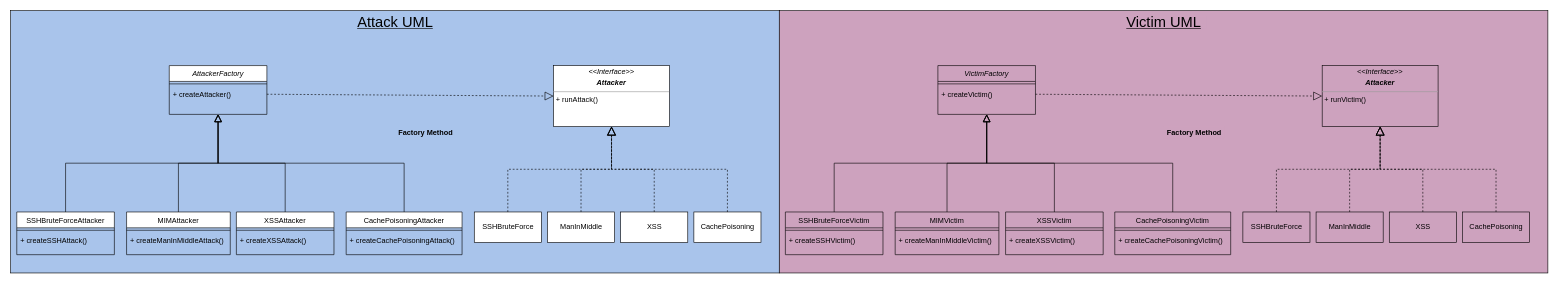
Above: Untitled Diagram.drawio in connormc1010/ZFAC025_Final_Project (draw.io), before the change. Source tidied: cells renumbered, new cells numbered last; positions are measured from the earlier drawing's top-left corner, leaving out a move shared by most shapes. Both pictures are drawn from the tidied source at 61%, with x=0, y=0 at pixel (10, 10).
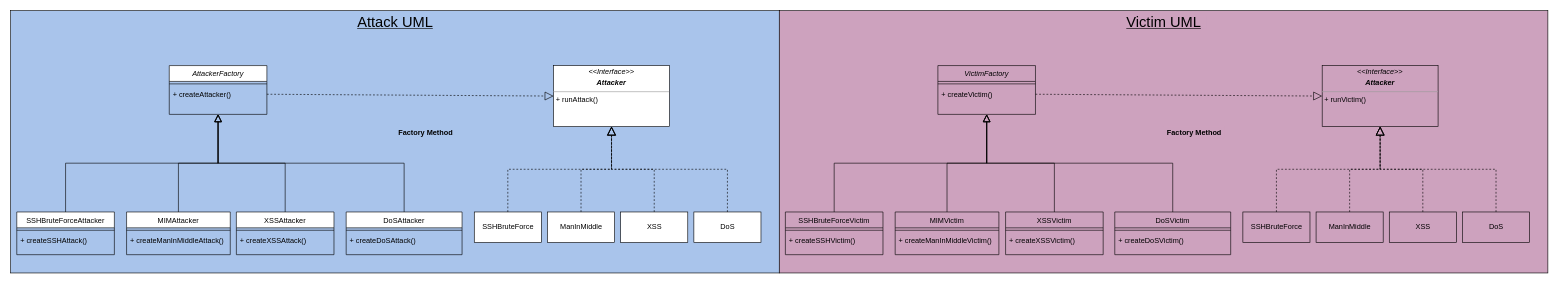
The same diagram, later.

The edit, as a diff of the source:
```diff
@@
-    <mxCell id="21" value="CachePoisoning" style="html=1;" parent="1" vertex="1">
+    <mxCell id="21" value="DoS" style="html=1;" parent="1" vertex="1">
       <mxGeometry x="1120" y="330" width="110" height="50" as="geometry" />
     </mxCell>
-    <mxCell id="22" value="CachePoisoningAttacker" style="swimlane;fontStyle=0;align=center;verticalAlign=top;horizontal=1;startSize=26;rounded=0;shadow=0;strokeWidth=1;" parent="1" vertex="1">
+    <mxCell id="22" value="DoSAttacker" style="swimlane;fontStyle=0;align=center;verticalAlign=top;horizontal=1;startSize=26;rounded=0;shadow=0;strokeWidth=1;" parent="1" vertex="1">
       <mxGeometry x="550" y="330" width="190" height="70" as="geometry" />
     </mxCell>
@@
-    <mxCell id="24" value="+ createCachePoisoningAttack()" style="text;align=left;verticalAlign=top;spacingLeft=4;spacingRight=4;overflow=hidden;fontStyle=0;" parent="22" vertex="1">
+    <mxCell id="24" value="+ createDoSAttack()" style="text;align=left;verticalAlign=top;spacingLeft=4;spacingRight=4;overflow=hidden;fontStyle=0;" parent="22" vertex="1">
       <mxGeometry y="34" width="190" height="26" as="geometry" />
     </mxCell>
@@
-    <mxCell id="53" value="CachePoisoning" style="html=1;fillColor=#CDA2BE;" parent="1" vertex="1">
+    <mxCell id="53" value="DoS" style="html=1;fillColor=#CDA2BE;" parent="1" vertex="1">
       <mxGeometry x="2380" y="330" width="110" height="50" as="geometry" />
     </mxCell>
-    <mxCell id="54" value="CachePoisoningVictim" style="swimlane;fontStyle=0;align=center;verticalAlign=top;horizontal=1;startSize=26;rounded=0;shadow=0;strokeWidth=1;fillColor=#CDA2BE;" parent="1" vertex="1">
+    <mxCell id="54" value="DoSVictim" style="swimlane;fontStyle=0;align=center;verticalAlign=top;horizontal=1;startSize=26;rounded=0;shadow=0;strokeWidth=1;fillColor=#CDA2BE;" parent="1" vertex="1">
       <mxGeometry x="1810" y="330" width="190" height="70" as="geometry" />
     </mxCell>
@@
-    <mxCell id="56" value="+ createCachePoisoningVictim()" style="text;align=left;verticalAlign=top;spacingLeft=4;spacingRight=4;overflow=hidden;fontStyle=0;" parent="54" vertex="1">
+    <mxCell id="56" value="+ createDoSVictim()" style="text;align=left;verticalAlign=top;spacingLeft=4;spacingRight=4;overflow=hidden;fontStyle=0;" parent="54" vertex="1">
       <mxGeometry y="34" width="190" height="26" as="geometry" />
     </mxCell>
```
